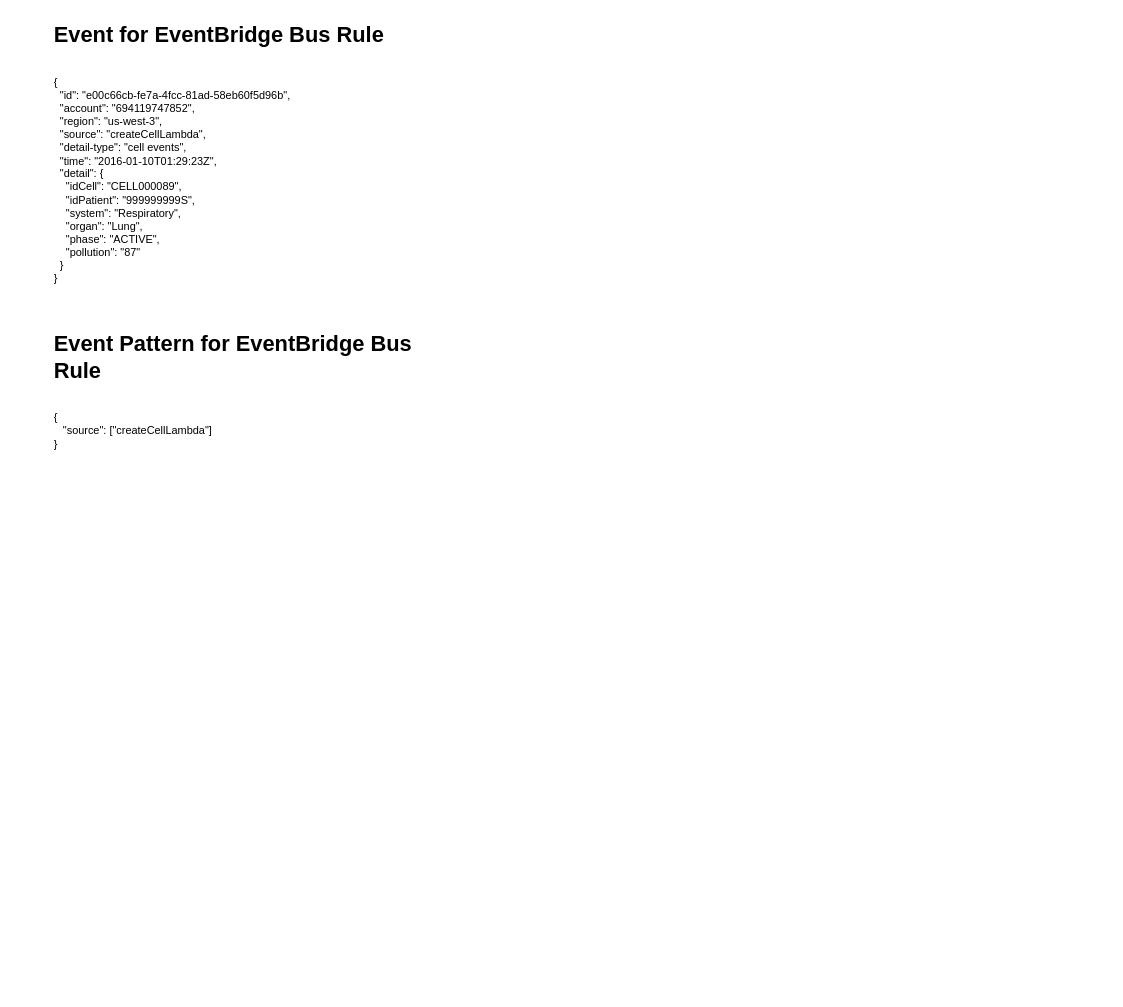
The draw.io diagram page "Events" (8 of 8) of arch-design/cellprom-arch-functionality.drawio in cellprom/cellprom-arq-doc, before the edit. Source tidied: cells renumbered, new cells numbered last; positions are measured from the earlier drawing's top-left corner, leaving out a move shared by most shapes. Both pictures are drawn from the tidied source at 91%, with x=0, y=0 at pixel (52, 15).
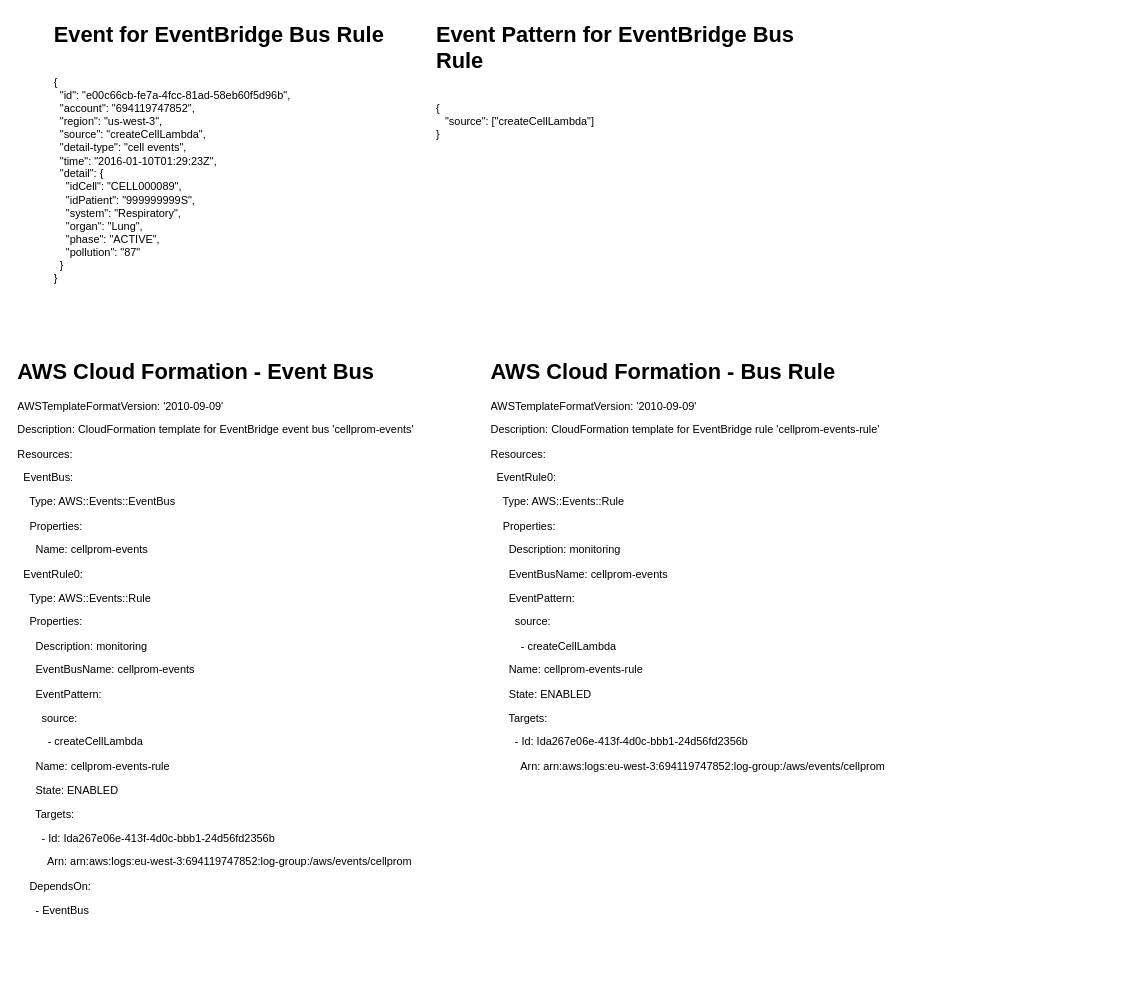
The same diagram, later.

Commit message:
Events Arch functionality

Change to the diagram source:
```diff
@@
 <mxGraphModel>
   <root>
     <mxCell id="0" />
     <mxCell id="1" parent="0" />
     <mxCell id="2" value="&lt;h1 style=&quot;margin-top: 0px;&quot;&gt;Event for EventBridge Bus Rule&lt;/h1&gt;&lt;div&gt;&lt;br&gt;&lt;/div&gt;&lt;div&gt;&lt;div&gt;{&lt;/div&gt;&lt;div&gt;&amp;nbsp; &quot;id&quot;: &quot;e00c66cb-fe7a-4fcc-81ad-58eb60f5d96b&quot;,&lt;/div&gt;&lt;div&gt;&amp;nbsp; &quot;account&quot;: &quot;694119747852&quot;,&lt;/div&gt;&lt;div&gt;&amp;nbsp; &quot;region&quot;: &quot;us-west-3&quot;,&lt;/div&gt;&lt;div&gt;&amp;nbsp; &quot;source&quot;: &quot;createCellLambda&quot;,&lt;/div&gt;&lt;div&gt;&amp;nbsp; &quot;detail-type&quot;: &quot;cell events&quot;,&lt;/div&gt;&lt;div&gt;&amp;nbsp; &quot;time&quot;: &quot;2016-01-10T01:29:23Z&quot;,&lt;/div&gt;&lt;div&gt;&amp;nbsp; &quot;detail&quot;: {&lt;/div&gt;&lt;div&gt;&amp;nbsp; &amp;nbsp; &quot;idCell&quot;: &quot;CELL000089&quot;,&lt;/div&gt;&lt;div&gt;&amp;nbsp; &amp;nbsp; &quot;idPatient&quot;: &quot;999999999S&quot;,&lt;/div&gt;&lt;div&gt;&amp;nbsp; &amp;nbsp; &quot;system&quot;: &quot;Respiratory&quot;,&lt;/div&gt;&lt;div&gt;&amp;nbsp; &amp;nbsp; &quot;organ&quot;: &quot;Lung&quot;,&lt;/div&gt;&lt;div&gt;&amp;nbsp; &amp;nbsp; &quot;phase&quot;: &quot;ACTIVE&quot;,&lt;/div&gt;&lt;div&gt;&amp;nbsp; &amp;nbsp; &quot;pollution&quot;: &quot;87&quot;&lt;/div&gt;&lt;div&gt;&amp;nbsp; }&lt;/div&gt;&lt;div&gt;}&lt;/div&gt;&lt;/div&gt;&lt;p&gt;&lt;br&gt;&lt;/p&gt;" style="text;html=1;whiteSpace=wrap;overflow=hidden;rounded=0;" parent="1" vertex="1">
       <mxGeometry width="440" height="350" as="geometry" />
     </mxCell>
     <mxCell id="3" value="&lt;h1 style=&quot;margin-top: 0px;&quot;&gt;Event Pattern for EventBridge Bus Rule&lt;/h1&gt;&lt;div&gt;&lt;br&gt;&lt;/div&gt;&lt;div&gt;{&lt;/div&gt;&lt;div&gt;&amp;nbsp; &amp;nbsp;&quot;source&quot;: [&quot;createCellLambda&quot;]&lt;/div&gt;&lt;div&gt;}&lt;br&gt;&lt;/div&gt;&lt;p&gt;&lt;br&gt;&lt;/p&gt;" style="text;html=1;whiteSpace=wrap;overflow=hidden;rounded=0;" parent="1" vertex="1">
-      <mxGeometry y="340" width="440" height="350" as="geometry" />
+      <mxGeometry x="420" width="440" height="350" as="geometry" />
     </mxCell>
+    <mxCell id="4" value="&lt;h1 style=&quot;margin-top: 0px;&quot;&gt;AWS Cloud Formation - Bus Rule&amp;nbsp;&lt;/h1&gt;&lt;p&gt;AWSTemplateFormatVersion: '2010-09-09'&lt;/p&gt;&lt;p&gt;Description: CloudFormation template for EventBridge rule 'cellprom-events-rule'&lt;/p&gt;&lt;p&gt;Resources:&lt;/p&gt;&lt;p&gt;&amp;nbsp; EventRule0:&lt;/p&gt;&lt;p&gt;&amp;nbsp; &amp;nbsp; Type: AWS::Events::Rule&lt;/p&gt;&lt;p&gt;&amp;nbsp; &amp;nbsp; Properties:&lt;/p&gt;&lt;p&gt;&amp;nbsp; &amp;nbsp; &amp;nbsp; Description: monitoring&lt;/p&gt;&lt;p&gt;&amp;nbsp; &amp;nbsp; &amp;nbsp; EventBusName: cellprom-events&lt;/p&gt;&lt;p&gt;&amp;nbsp; &amp;nbsp; &amp;nbsp; EventPattern:&lt;/p&gt;&lt;p&gt;&amp;nbsp; &amp;nbsp; &amp;nbsp; &amp;nbsp; source:&lt;/p&gt;&lt;p&gt;&amp;nbsp; &amp;nbsp; &amp;nbsp; &amp;nbsp; &amp;nbsp; - createCellLambda&lt;/p&gt;&lt;p&gt;&amp;nbsp; &amp;nbsp; &amp;nbsp; Name: cellprom-events-rule&lt;/p&gt;&lt;p&gt;&amp;nbsp; &amp;nbsp; &amp;nbsp; State: ENABLED&lt;/p&gt;&lt;p&gt;&amp;nbsp; &amp;nbsp; &amp;nbsp; Targets:&lt;/p&gt;&lt;p&gt;&amp;nbsp; &amp;nbsp; &amp;nbsp; &amp;nbsp; - Id: Ida267e06e-413f-4d0c-bbb1-24d56fd2356b&lt;/p&gt;&lt;p&gt;&amp;nbsp; &amp;nbsp; &amp;nbsp; &amp;nbsp; &amp;nbsp; Arn: arn:aws:logs:eu-west-3:694119747852:log-group:/aws/events/cellprom&lt;/p&gt;&lt;div&gt;&lt;br&gt;&lt;/div&gt;" style="text;html=1;whiteSpace=wrap;overflow=hidden;rounded=0;" parent="1" vertex="1">
+      <mxGeometry x="480" y="370" width="680" height="510" as="geometry" />
+    </mxCell>
+    <mxCell id="5" value="&lt;h1 style=&quot;margin-top: 0px;&quot;&gt;AWS Cloud Formation - Event Bus&lt;/h1&gt;&lt;p&gt;AWSTemplateFormatVersion: '2010-09-09'&lt;/p&gt;&lt;p&gt;Description: CloudFormation template for EventBridge event bus 'cellprom-events'&lt;/p&gt;&lt;p&gt;Resources:&lt;/p&gt;&lt;p&gt;&amp;nbsp; EventBus:&lt;/p&gt;&lt;p&gt;&amp;nbsp; &amp;nbsp; Type: AWS::Events::EventBus&lt;/p&gt;&lt;p&gt;&amp;nbsp; &amp;nbsp; Properties:&lt;/p&gt;&lt;p&gt;&amp;nbsp; &amp;nbsp; &amp;nbsp; Name: cellprom-events&lt;/p&gt;&lt;p&gt;&amp;nbsp; EventRule0:&lt;/p&gt;&lt;p&gt;&amp;nbsp; &amp;nbsp; Type: AWS::Events::Rule&lt;/p&gt;&lt;p&gt;&amp;nbsp; &amp;nbsp; Properties:&lt;/p&gt;&lt;p&gt;&amp;nbsp; &amp;nbsp; &amp;nbsp; Description: monitoring&lt;/p&gt;&lt;p&gt;&amp;nbsp; &amp;nbsp; &amp;nbsp; EventBusName: cellprom-events&lt;/p&gt;&lt;p&gt;&amp;nbsp; &amp;nbsp; &amp;nbsp; EventPattern:&lt;/p&gt;&lt;p&gt;&amp;nbsp; &amp;nbsp; &amp;nbsp; &amp;nbsp; source:&lt;/p&gt;&lt;p&gt;&amp;nbsp; &amp;nbsp; &amp;nbsp; &amp;nbsp; &amp;nbsp; - createCellLambda&lt;/p&gt;&lt;p&gt;&amp;nbsp; &amp;nbsp; &amp;nbsp; Name: cellprom-events-rule&lt;/p&gt;&lt;p&gt;&amp;nbsp; &amp;nbsp; &amp;nbsp; State: ENABLED&lt;/p&gt;&lt;p&gt;&amp;nbsp; &amp;nbsp; &amp;nbsp; Targets:&lt;/p&gt;&lt;p&gt;&amp;nbsp; &amp;nbsp; &amp;nbsp; &amp;nbsp; - Id: Ida267e06e-413f-4d0c-bbb1-24d56fd2356b&lt;/p&gt;&lt;p&gt;&amp;nbsp; &amp;nbsp; &amp;nbsp; &amp;nbsp; &amp;nbsp; Arn: arn:aws:logs:eu-west-3:694119747852:log-group:/aws/events/cellprom&lt;/p&gt;&lt;p&gt;&amp;nbsp; &amp;nbsp; DependsOn:&lt;/p&gt;&lt;p&gt;&amp;nbsp; &amp;nbsp; &amp;nbsp; - EventBus&lt;/p&gt;" style="text;html=1;whiteSpace=wrap;overflow=hidden;rounded=0;" parent="1" vertex="1">
+      <mxGeometry x="-40" y="370" width="680" height="700" as="geometry" />
+    </mxCell>
   </root>
 </mxGraphModel>
```
